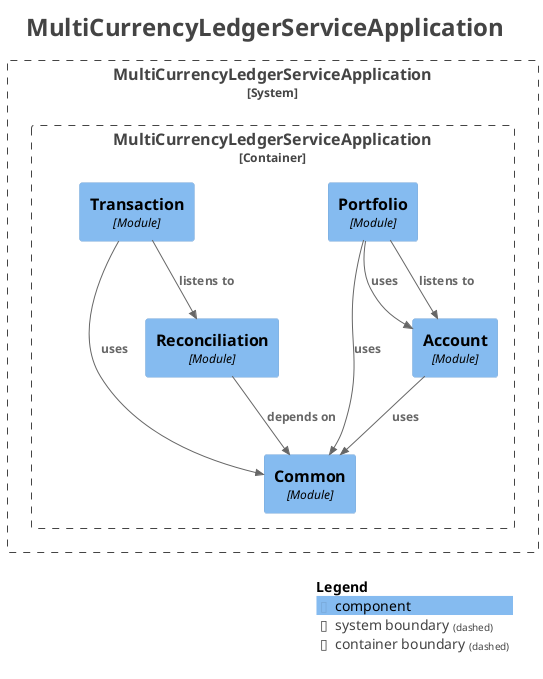
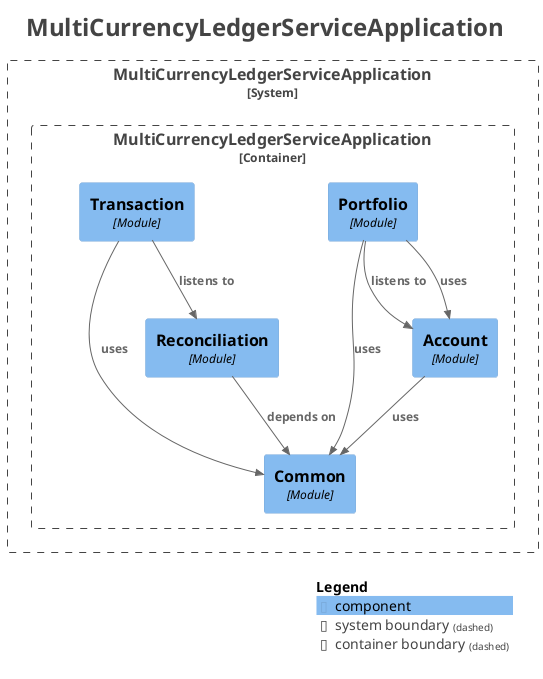
@startuml
title <size:24>MultiCurrencyLedgerServiceApplication</size>

set separator none
top to bottom direction

<style>
  root {
    BackgroundColor: #ffffff
    FontColor: #444444
  }
</style>

!include <C4/C4>
!include <C4/C4_Context>
!include <C4/C4_Component>

System_Boundary("MultiCurrencyLedgerServiceApplication_boundary", "MultiCurrencyLedgerServiceApplication", $tags="") {
  Container_Boundary("MultiCurrencyLedgerServiceApplication.MultiCurrencyLedgerServiceApplication_boundary", "MultiCurrencyLedgerServiceApplication", $tags="") {
    Component(MultiCurrencyLedgerServiceApplication.MultiCurrencyLedgerServiceApplication.Common, "Common", $techn="Module", $descr="", $tags="", $link="")
    Component(MultiCurrencyLedgerServiceApplication.MultiCurrencyLedgerServiceApplication.Account, "Account", $techn="Module", $descr="", $tags="", $link="")
    Component(MultiCurrencyLedgerServiceApplication.MultiCurrencyLedgerServiceApplication.Reconciliation, "Reconciliation", $techn="Module", $descr="", $tags="", $link="")
    Component(MultiCurrencyLedgerServiceApplication.MultiCurrencyLedgerServiceApplication.Portfolio, "Portfolio", $techn="Module", $descr="", $tags="", $link="")
    Component(MultiCurrencyLedgerServiceApplication.MultiCurrencyLedgerServiceApplication.Transaction, "Transaction", $techn="Module", $descr="", $tags="", $link="")
  }

}

+ Rel(MultiCurrencyLedgerServiceApplication.MultiCurrencyLedgerServiceApplication.Transaction, MultiCurrencyLedgerServiceApplication.MultiCurrencyLedgerServiceApplication.Common, "uses", $techn="", $tags="", $link="")
+ Rel(MultiCurrencyLedgerServiceApplication.MultiCurrencyLedgerServiceApplication.Portfolio, MultiCurrencyLedgerServiceApplication.MultiCurrencyLedgerServiceApplication.Account, "listens to", $techn="", $tags="", $link="")
Rel(MultiCurrencyLedgerServiceApplication.MultiCurrencyLedgerServiceApplication.Portfolio, MultiCurrencyLedgerServiceApplication.MultiCurrencyLedgerServiceApplication.Common, "uses", $techn="", $tags="", $link="")
Rel(MultiCurrencyLedgerServiceApplication.MultiCurrencyLedgerServiceApplication.Portfolio, MultiCurrencyLedgerServiceApplication.MultiCurrencyLedgerServiceApplication.Account, "uses", $techn="", $tags="", $link="")
Rel(MultiCurrencyLedgerServiceApplication.MultiCurrencyLedgerServiceApplication.Account, MultiCurrencyLedgerServiceApplication.MultiCurrencyLedgerServiceApplication.Common, "uses", $techn="", $tags="", $link="")
+ Rel(MultiCurrencyLedgerServiceApplication.MultiCurrencyLedgerServiceApplication.Reconciliation, MultiCurrencyLedgerServiceApplication.MultiCurrencyLedgerServiceApplication.Common, "depends on", $techn="", $tags="", $link="")
Rel(MultiCurrencyLedgerServiceApplication.MultiCurrencyLedgerServiceApplication.Transaction, MultiCurrencyLedgerServiceApplication.MultiCurrencyLedgerServiceApplication.Reconciliation, "listens to", $techn="", $tags="", $link="")
- Rel(MultiCurrencyLedgerServiceApplication.MultiCurrencyLedgerServiceApplication.Transaction, MultiCurrencyLedgerServiceApplication.MultiCurrencyLedgerServiceApplication.Common, "uses", $techn="", $tags="", $link="")
- Rel(MultiCurrencyLedgerServiceApplication.MultiCurrencyLedgerServiceApplication.Reconciliation, MultiCurrencyLedgerServiceApplication.MultiCurrencyLedgerServiceApplication.Common, "depends on", $techn="", $tags="", $link="")
- Rel(MultiCurrencyLedgerServiceApplication.MultiCurrencyLedgerServiceApplication.Portfolio, MultiCurrencyLedgerServiceApplication.MultiCurrencyLedgerServiceApplication.Account, "listens to", $techn="", $tags="", $link="")

SHOW_LEGEND(true)
hide stereotypes
@enduml